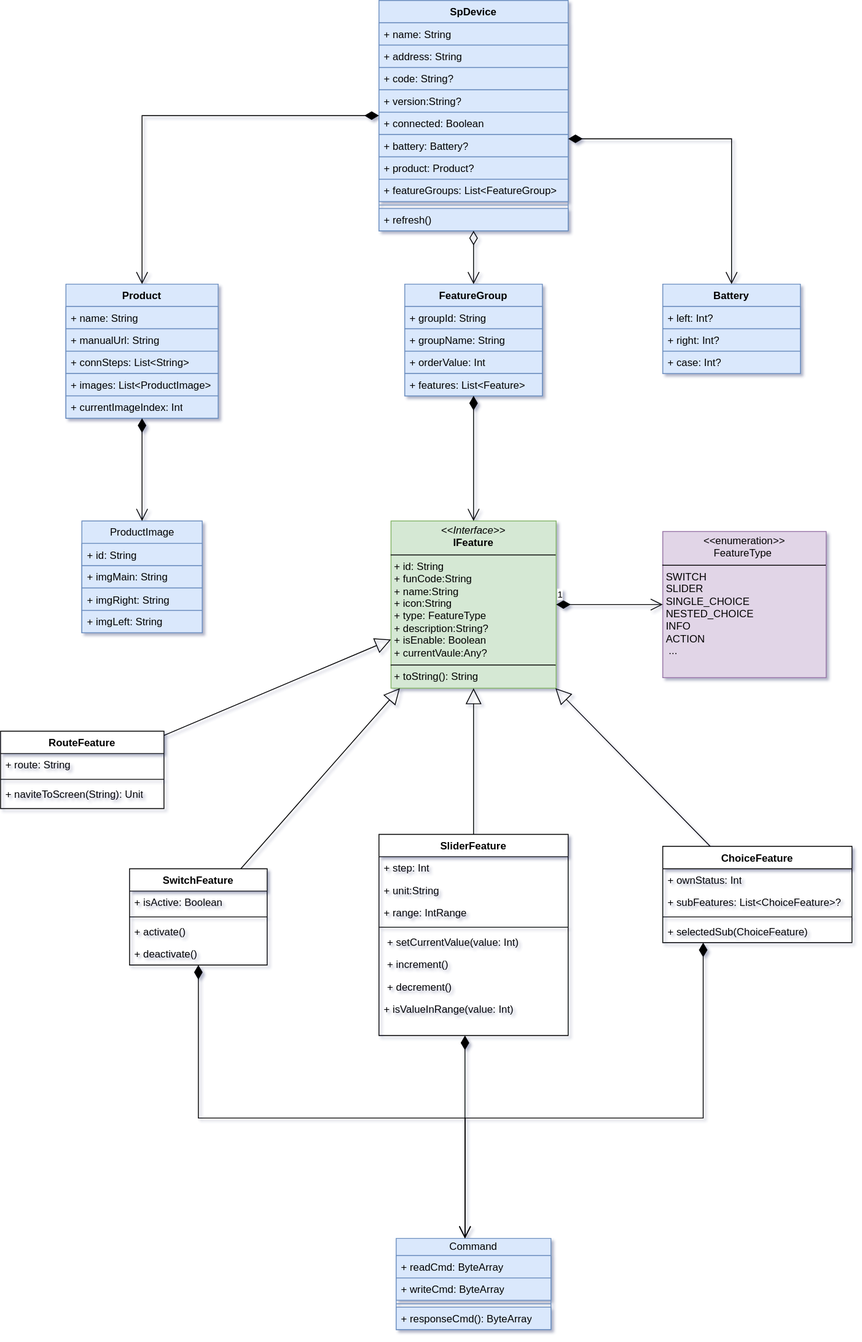
This is sp-device.drawio.svg from kekemao00/draw-libs, a draw.io export, as it was before one commit. Source tidied: cells renumbered, new cells last; positions are measured from the earlier drawing's top-left corner, leaving out a move shared by most shapes.
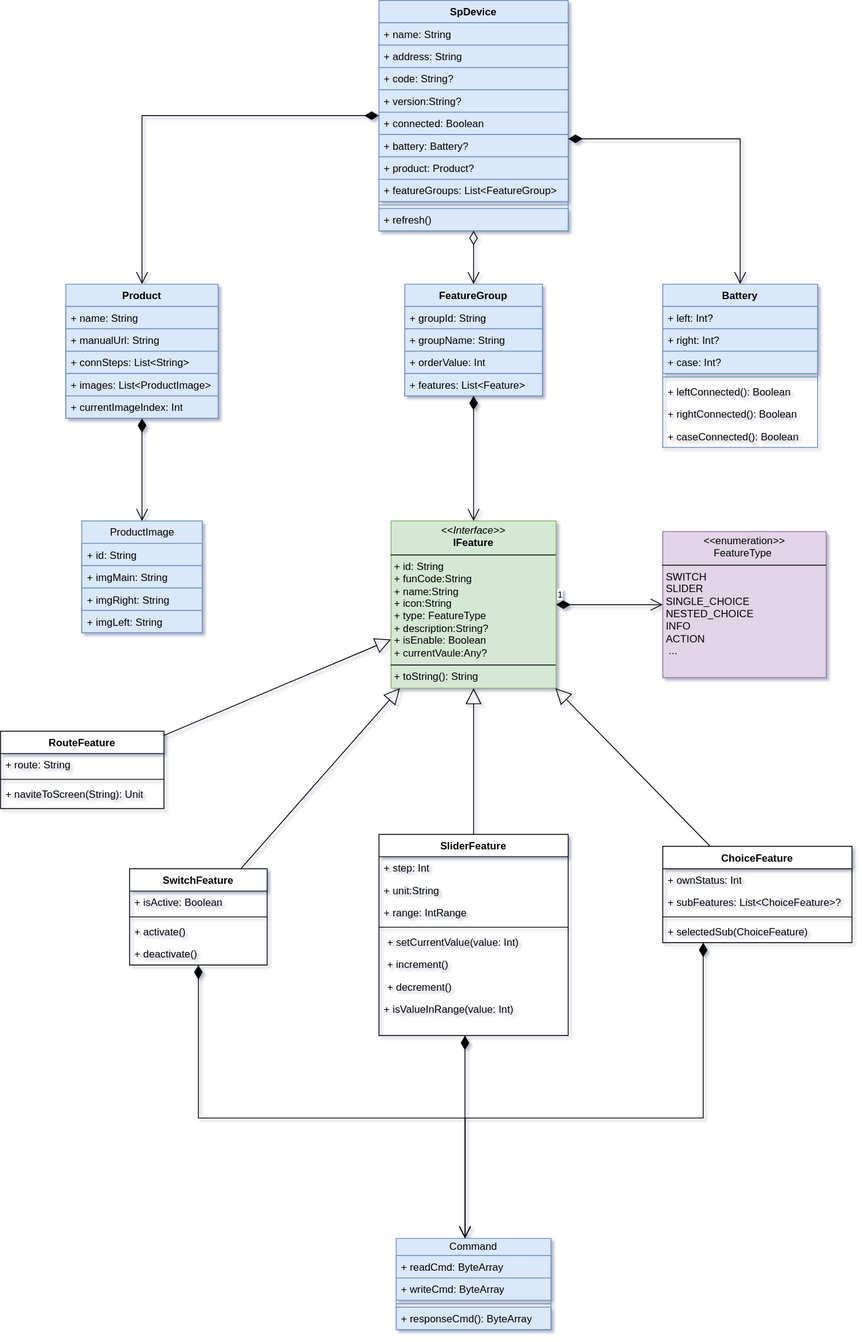
Above is the later version.

What changed in the source:
```diff
@@ -36,17 +36,29 @@
       <mxGeometry y="242" width="220" height="26" as="geometry" />
     </mxCell>
     <mxCell id="13" value="Battery" style="swimlane;fontStyle=1;align=center;verticalAlign=top;horizontal=1;startSize=26;whiteSpace=wrap;html=1;labelBackgroundColor=none;rounded=0;fillColor=#dae8fc;strokeColor=#6c8ebf;" parent="1" vertex="1">
-      <mxGeometry x="770" y="330" width="160" height="104" as="geometry" />
+      <mxGeometry x="770" y="330" width="180" height="190" as="geometry" />
     </mxCell>
     <mxCell id="14" value="+&amp;nbsp;left: Int?" style="text;strokeColor=#6c8ebf;fillColor=#dae8fc;align=left;verticalAlign=top;spacingLeft=4;spacingRight=4;overflow=hidden;whiteSpace=wrap;html=1;labelBackgroundColor=none;rounded=0;" parent="13" vertex="1">
-      <mxGeometry y="26" width="160" height="26" as="geometry" />
+      <mxGeometry y="26" width="180" height="26" as="geometry" />
     </mxCell>
     <mxCell id="15" value="+ right&lt;span style=&quot;background-color: transparent; color: light-dark(rgb(0, 0, 0), rgb(255, 255, 255));&quot;&gt;: Int?&lt;/span&gt;" style="text;strokeColor=#6c8ebf;fillColor=#dae8fc;align=left;verticalAlign=top;spacingLeft=4;spacingRight=4;overflow=hidden;whiteSpace=wrap;html=1;labelBackgroundColor=none;rounded=0;" parent="13" vertex="1">
-      <mxGeometry y="52" width="160" height="26" as="geometry" />
+      <mxGeometry y="52" width="180" height="26" as="geometry" />
     </mxCell>
     <mxCell id="16" value="+ case: Int?" style="text;strokeColor=#6c8ebf;fillColor=#dae8fc;align=left;verticalAlign=top;spacingLeft=4;spacingRight=4;overflow=hidden;whiteSpace=wrap;html=1;labelBackgroundColor=none;rounded=0;" parent="13" vertex="1">
-      <mxGeometry y="78" width="160" height="26" as="geometry" />
+      <mxGeometry y="78" width="180" height="26" as="geometry" />
     </mxCell>
+    <mxCell id="76" style="line;strokeWidth=1;fillColor=none;align=left;verticalAlign=middle;spacingTop=-1;spacingLeft=3;spacingRight=3;labelPosition=right;strokeColor=inherit;" parent="13" vertex="1">
+      <mxGeometry y="104" width="180" height="8" as="geometry" />
+    </mxCell>
+    <mxCell id="77" value="+ leftConnected(): Boolean" style="text;strokeColor=none;fillColor=none;align=left;verticalAlign=top;spacingLeft=4;spacingRight=4;overflow=hidden;whiteSpace=wrap;html=1;" parent="13" vertex="1">
+      <mxGeometry y="112" width="180" height="26" as="geometry" />
+    </mxCell>
+    <mxCell id="78" value="+ rightConnected(): Boolean" style="text;strokeColor=none;fillColor=none;align=left;verticalAlign=top;spacingLeft=4;spacingRight=4;overflow=hidden;whiteSpace=wrap;html=1;" parent="13" vertex="1">
+      <mxGeometry y="138" width="180" height="26" as="geometry" />
+    </mxCell>
+    <mxCell id="79" value="+ caseConnected(): Boolean" style="text;strokeColor=none;fillColor=none;align=left;verticalAlign=top;spacingLeft=4;spacingRight=4;overflow=hidden;whiteSpace=wrap;html=1;" parent="13" vertex="1">
+      <mxGeometry y="164" width="180" height="26" as="geometry" />
+    </mxCell>
     <mxCell id="17" value="Product" style="swimlane;fontStyle=1;align=center;verticalAlign=top;horizontal=1;startSize=26;whiteSpace=wrap;html=1;labelBackgroundColor=none;rounded=0;fillColor=#dae8fc;strokeColor=#6c8ebf;" parent="1" vertex="1">
       <mxGeometry x="76" y="330" width="177" height="156" as="geometry" />
     </mxCell>
```
